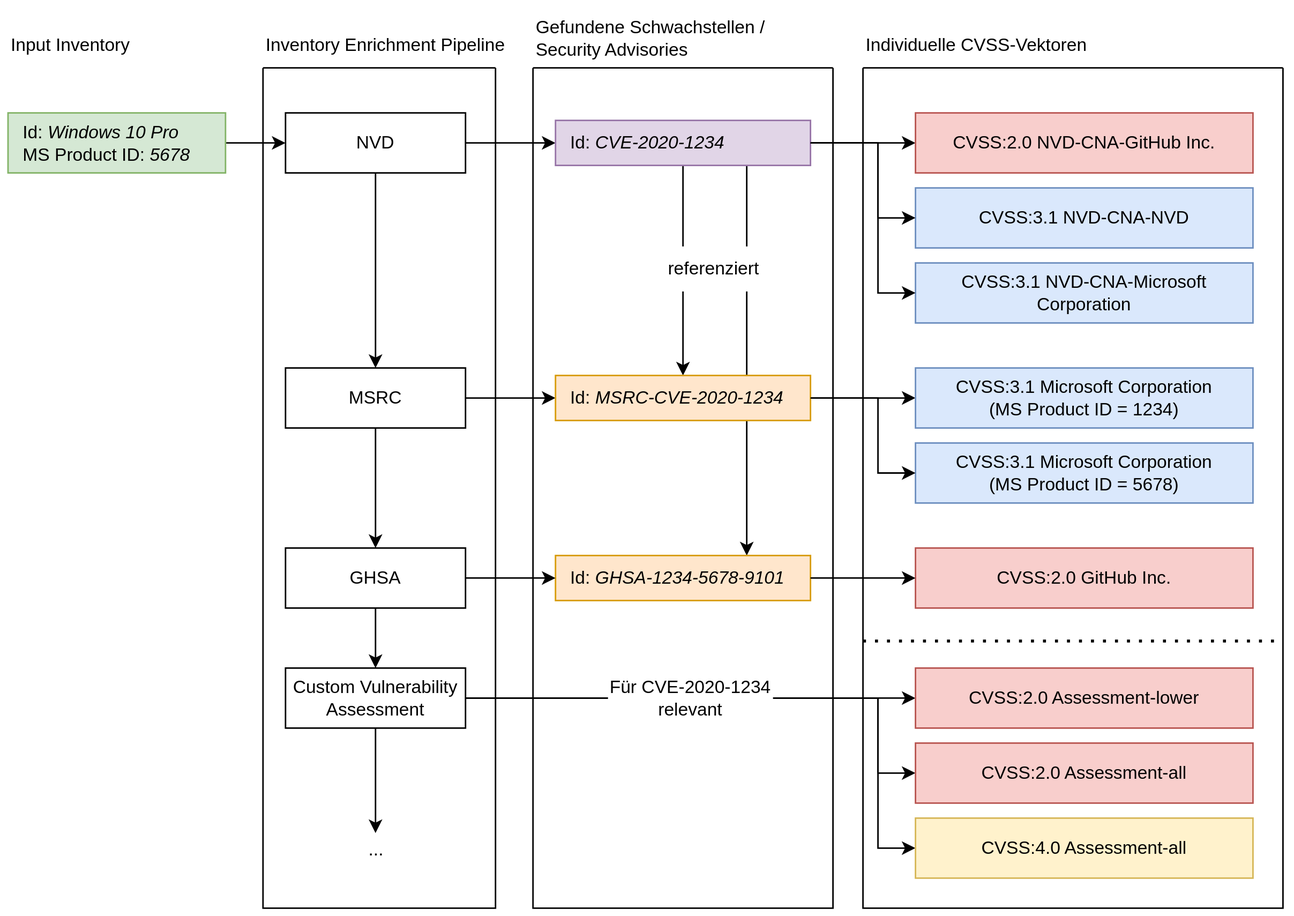
Earlier version of the draw.io export res/grafiken/cvss-selection-process-collection.svg (YanWittmann/hsma-praxissemesterbericht-WS2023-24). Source tidied: cells renumbered, new cells last; positions are measured from the earlier drawing's top-left corner, leaving out a move shared by most shapes.
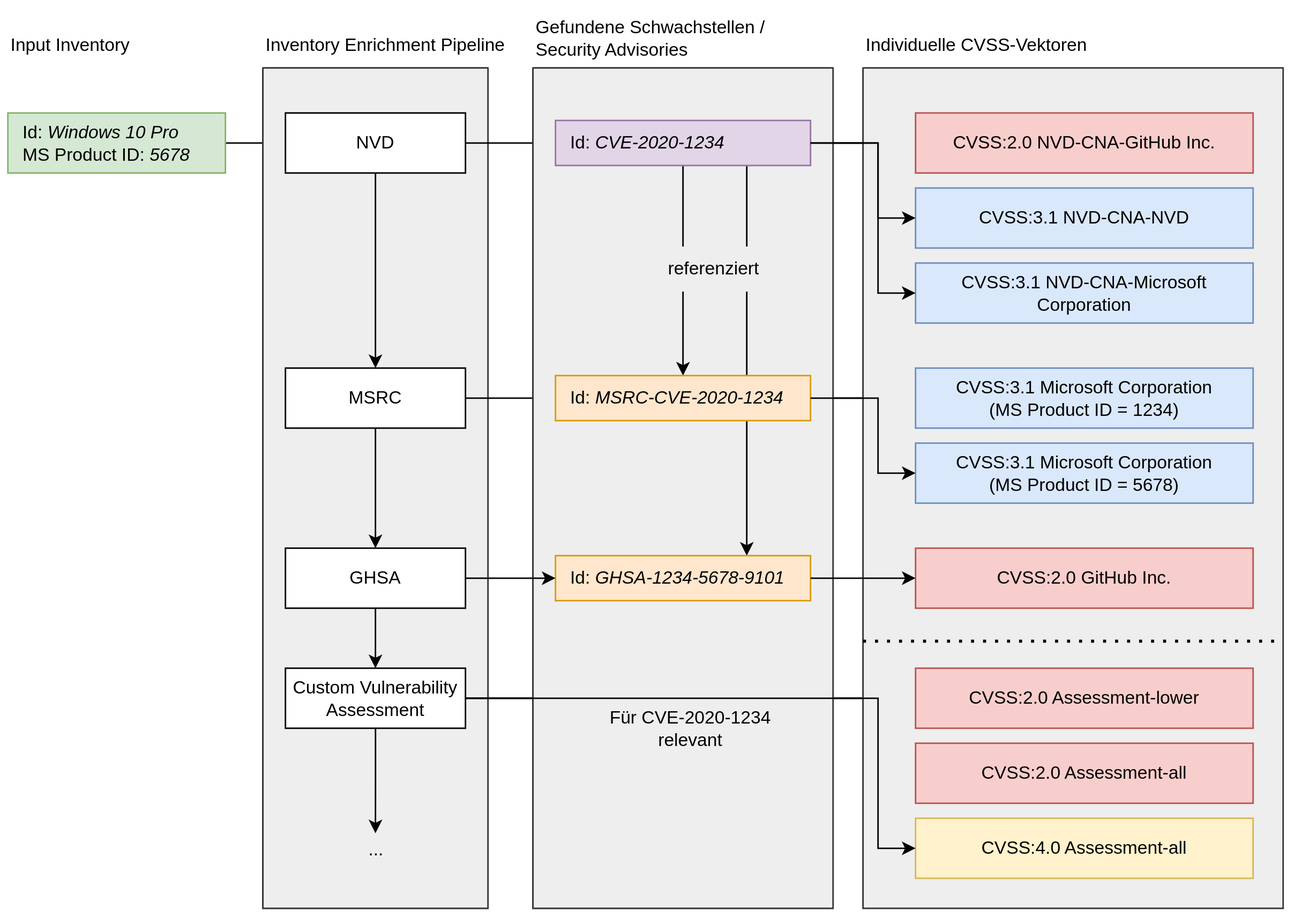
Above is the later version.

The edit, as a diff of the source:
```diff
@@ -15,11 +15,17 @@
       <mxGeometry relative="1" as="geometry" />
     </mxCell>
     <mxCell id="6" style="swimlane;startSize=0;hachureGap=4;fontFamily=Architects Daughter;fontSource=https%3A%2F%2Ffonts.googleapis.com%2Fcss%3Ffamily%3DArchitects%2BDaughter;" parent="1" vertex="1">
-      <mxGeometry x="170" y="40" width="155" height="560" as="geometry" />
+      <mxGeometry x="170" y="40" width="150" height="560" as="geometry" />
     </mxCell>
+    <mxCell id="49" style="rounded=0;whiteSpace=wrap;html=1;strokeColor=#36393d;fillColor=#eeeeee;" parent="6" vertex="1">
+      <mxGeometry width="150" height="560" as="geometry" />
+    </mxCell>
     <mxCell id="7" value="GHSA" style="rounded=0;whiteSpace=wrap;html=1;hachureGap=4;fontFamily=Helvetica;" parent="6" vertex="1">
       <mxGeometry x="15" y="320" width="120" height="40" as="geometry" />
     </mxCell>
+    <mxCell id="15" value="NVD" style="rounded=0;whiteSpace=wrap;html=1;hachureGap=4;fontFamily=Helvetica;" parent="6" vertex="1">
+      <mxGeometry x="15" y="30" width="120" height="40" as="geometry" />
+    </mxCell>
     <mxCell id="8" style="edgeStyle=orthogonalEdgeStyle;rounded=0;jettySize=auto;html=1;entryX=0;entryY=0.5;entryDx=0;entryDy=0;exitX=1;exitY=0.5;exitDx=0;exitDy=0;" parent="1" edge="1" source="15" target="38">
       <mxGeometry relative="1" as="geometry" />
     </mxCell>
@@ -42,20 +48,9 @@
         </Array>
       </mxGeometry>
     </mxCell>
-    <mxCell id="13" style="edgeStyle=orthogonalEdgeStyle;rounded=0;jettySize=auto;html=1;entryX=0;entryY=0.5;entryDx=0;entryDy=0;" parent="1" edge="1" source="14" target="29">
-      <mxGeometry relative="1" as="geometry">
-        <Array as="points">
-          <mxPoint x="580" y="460" />
-          <mxPoint x="580" y="560" />
-        </Array>
-      </mxGeometry>
-    </mxCell>
     <mxCell id="14" value="Custom Vulnerability&lt;div&gt;Assessment&lt;/div&gt;" style="rounded=0;whiteSpace=wrap;html=1;hachureGap=4;fontFamily=Helvetica;" parent="1" vertex="1">
       <mxGeometry x="185" y="440" width="120" height="40" as="geometry" />
     </mxCell>
-    <mxCell id="15" value="NVD" style="rounded=0;whiteSpace=wrap;html=1;hachureGap=4;fontFamily=Helvetica;" parent="1" vertex="1">
-      <mxGeometry x="185" y="70" width="120" height="40" as="geometry" />
-    </mxCell>
     <mxCell id="16" value="MSRC" style="rounded=0;whiteSpace=wrap;html=1;hachureGap=4;fontFamily=Helvetica;" parent="1" vertex="1">
       <mxGeometry x="185" y="240" width="120" height="40" as="geometry" />
     </mxCell>
@@ -68,9 +63,12 @@
     <mxCell id="19" style="edgeStyle=orthogonalEdgeStyle;rounded=0;jettySize=auto;html=1;entryX=0.5;entryY=0;entryDx=0;entryDy=0;" parent="1" edge="1" source="16" target="7">
       <mxGeometry relative="1" as="geometry" />
     </mxCell>
-    <mxCell id="20" style="swimlane;startSize=0;hachureGap=4;fontFamily=Architects Daughter;fontSource=https%3A%2F%2Ffonts.googleapis.com%2Fcss%3Ffamily%3DArchitects%2BDaughter;" parent="1" vertex="1">
+    <mxCell id="20" style="swimlane;startSize=0;hachureGap=4;fontFamily=Architects Daughter;fontSource=https%3A%2F%2Ffonts.googleapis.com%2Fcss%3Ffamily%3DArchitects%2BDaughter;fillColor=#f5f5f5;fontColor=#333333;strokeColor=#666666;" parent="1" vertex="1">
       <mxGeometry x="570" y="40" width="280" height="560" as="geometry" />
     </mxCell>
+    <mxCell id="50" style="rounded=0;whiteSpace=wrap;html=1;strokeColor=#36393d;fillColor=#eeeeee;" parent="20" vertex="1">
+      <mxGeometry width="280" height="560" as="geometry" />
+    </mxCell>
     <mxCell id="21" value="&lt;div&gt;CVSS:2.0 NVD-CNA-GitHub&amp;nbsp;&lt;span style=&quot;background-color: initial;&quot;&gt;Inc.&lt;/span&gt;&lt;/div&gt;" style="rounded=0;whiteSpace=wrap;html=1;hachureGap=4;fontFamily=Helvetica;fillColor=#f8cecc;strokeColor=#b85450;" parent="20" vertex="1">
       <mxGeometry x="35" y="30" width="225" height="40" as="geometry" />
     </mxCell>
@@ -119,6 +117,9 @@
     <mxCell id="35" style="swimlane;startSize=0;" parent="1" vertex="1">
       <mxGeometry x="350" y="40" width="200" height="560" as="geometry" />
     </mxCell>
+    <mxCell id="51" style="rounded=0;whiteSpace=wrap;html=1;strokeColor=#36393d;fillColor=#eeeeee;" parent="35" vertex="1">
+      <mxGeometry width="200" height="560" as="geometry" />
+    </mxCell>
     <mxCell id="36" style="edgeStyle=orthogonalEdgeStyle;rounded=0;jettySize=auto;html=1;entryX=0.5;entryY=0;entryDx=0;entryDy=0;" parent="35" edge="1" source="38" target="39">
       <mxGeometry relative="1" as="geometry" />
     </mxCell>
@@ -134,12 +135,12 @@
     <mxCell id="40" value="&lt;span style=&quot;background-color: initial;&quot;&gt;Id:&amp;nbsp;&lt;/span&gt;&lt;span style=&quot;background-color: initial;&quot;&gt;&lt;i&gt;GHSA-1234-&lt;/i&gt;&lt;/span&gt;&lt;i style=&quot;background-color: initial;&quot;&gt;5678-9101&lt;/i&gt;" style="rounded=0;whiteSpace=wrap;html=1;hachureGap=4;fontFamily=Helvetica;align=left;spacingLeft=8;fillColor=#ffe6cc;strokeColor=#d79b00;" parent="35" vertex="1">
       <mxGeometry x="15" y="325" width="170" height="30" as="geometry" />
     </mxCell>
+    <mxCell id="42" value="referenziert" style="text;html=1;align=center;verticalAlign=middle;strokeColor=none;fillColor=#eeeeee;fillStyle=auto;" parent="35" vertex="1">
+      <mxGeometry x="80" y="119" width="80" height="30" as="geometry" />
+    </mxCell>
-    <mxCell id="41" value="&lt;span style=&quot;color: rgb(0, 0, 0); font-family: Helvetica; font-size: 12px; font-style: normal; font-variant-ligatures: normal; font-variant-caps: normal; font-weight: 400; letter-spacing: normal; orphans: 2; text-indent: 0px; text-transform: none; widows: 2; word-spacing: 0px; -webkit-text-stroke-width: 0px; white-space: normal; background-color: initial; text-decoration-thickness: initial; text-decoration-style: initial; text-decoration-color: initial;&quot;&gt;Für CVE-2020-&lt;/span&gt;&lt;span style=&quot;color: rgb(0, 0, 0); font-family: Helvetica; font-size: 12px; font-style: normal; font-variant-ligatures: normal; font-variant-caps: normal; font-weight: 400; letter-spacing: normal; orphans: 2; text-indent: 0px; text-transform: none; widows: 2; word-spacing: 0px; -webkit-text-stroke-width: 0px; white-space: normal; background-color: initial; text-decoration-thickness: initial; text-decoration-style: initial; text-decoration-color: initial;&quot;&gt;1234&lt;/span&gt;&lt;div&gt;&lt;span style=&quot;color: rgb(0, 0, 0); font-family: Helvetica; font-size: 12px; font-style: normal; font-variant-ligatures: normal; font-variant-caps: normal; font-weight: 400; letter-spacing: normal; orphans: 2; text-indent: 0px; text-transform: none; widows: 2; word-spacing: 0px; -webkit-text-stroke-width: 0px; white-space: normal; background-color: initial; text-decoration-thickness: initial; text-decoration-style: initial; text-decoration-color: initial;&quot;&gt;relevant&lt;/span&gt;&lt;/div&gt;" style="text;whiteSpace=wrap;html=1;align=center;verticalAlign=middle;fillColor=default;" parent="35" vertex="1">
-      <mxGeometry x="50" y="410" width="110" height="20" as="geometry" />
+    <mxCell id="41" value="&lt;span style=&quot;color: rgb(0, 0, 0); font-family: Helvetica; font-size: 12px; font-style: normal; font-variant-ligatures: normal; font-variant-caps: normal; font-weight: 400; letter-spacing: normal; orphans: 2; text-indent: 0px; text-transform: none; widows: 2; word-spacing: 0px; -webkit-text-stroke-width: 0px; white-space: normal; background-color: initial; text-decoration-thickness: initial; text-decoration-style: initial; text-decoration-color: initial;&quot;&gt;Für CVE-2020-&lt;/span&gt;&lt;span style=&quot;color: rgb(0, 0, 0); font-family: Helvetica; font-size: 12px; font-style: normal; font-variant-ligatures: normal; font-variant-caps: normal; font-weight: 400; letter-spacing: normal; orphans: 2; text-indent: 0px; text-transform: none; widows: 2; word-spacing: 0px; -webkit-text-stroke-width: 0px; white-space: normal; background-color: initial; text-decoration-thickness: initial; text-decoration-style: initial; text-decoration-color: initial;&quot;&gt;1234&lt;/span&gt;&lt;div&gt;&lt;span style=&quot;color: rgb(0, 0, 0); font-family: Helvetica; font-size: 12px; font-style: normal; font-variant-ligatures: normal; font-variant-caps: normal; font-weight: 400; letter-spacing: normal; orphans: 2; text-indent: 0px; text-transform: none; widows: 2; word-spacing: 0px; -webkit-text-stroke-width: 0px; white-space: normal; background-color: initial; text-decoration-thickness: initial; text-decoration-style: initial; text-decoration-color: initial;&quot;&gt;relevant&lt;/span&gt;&lt;/div&gt;" style="text;whiteSpace=wrap;html=1;align=center;verticalAlign=middle;fillColor=#eeeeee;strokeColor=none;" parent="35" vertex="1">
+      <mxGeometry x="50" y="430" width="110" height="20" as="geometry" />
     </mxCell>
-    <mxCell id="42" value="referenziert" style="text;html=1;align=center;verticalAlign=middle;strokeColor=none;fillColor=default;fillStyle=auto;" parent="35" vertex="1">
-      <mxGeometry x="80" y="119" width="80" height="30" as="geometry" />
-    </mxCell>
     <mxCell id="43" style="edgeStyle=orthogonalEdgeStyle;rounded=0;jettySize=auto;html=1;entryX=0;entryY=0.5;entryDx=0;entryDy=0;" parent="1" edge="1" source="40" target="23">
       <mxGeometry relative="1" as="geometry" />
     </mxCell>
@@ -173,5 +174,13 @@
     <mxCell id="48" style="edgeStyle=orthogonalEdgeStyle;rounded=0;jettySize=auto;html=1;entryX=0;entryY=0.5;entryDx=0;entryDy=0;" parent="1" edge="1" source="7" target="40">
       <mxGeometry relative="1" as="geometry" />
     </mxCell>
+    <mxCell id="13" style="edgeStyle=orthogonalEdgeStyle;rounded=0;jettySize=auto;html=1;entryX=0;entryY=0.5;entryDx=0;entryDy=0;" parent="1" edge="1" source="14" target="29">
+      <mxGeometry relative="1" as="geometry">
+        <Array as="points">
+          <mxPoint x="580" y="460" />
+          <mxPoint x="580" y="560" />
+        </Array>
+      </mxGeometry>
+    </mxCell>
   </root>
 </mxGraphModel>
```
